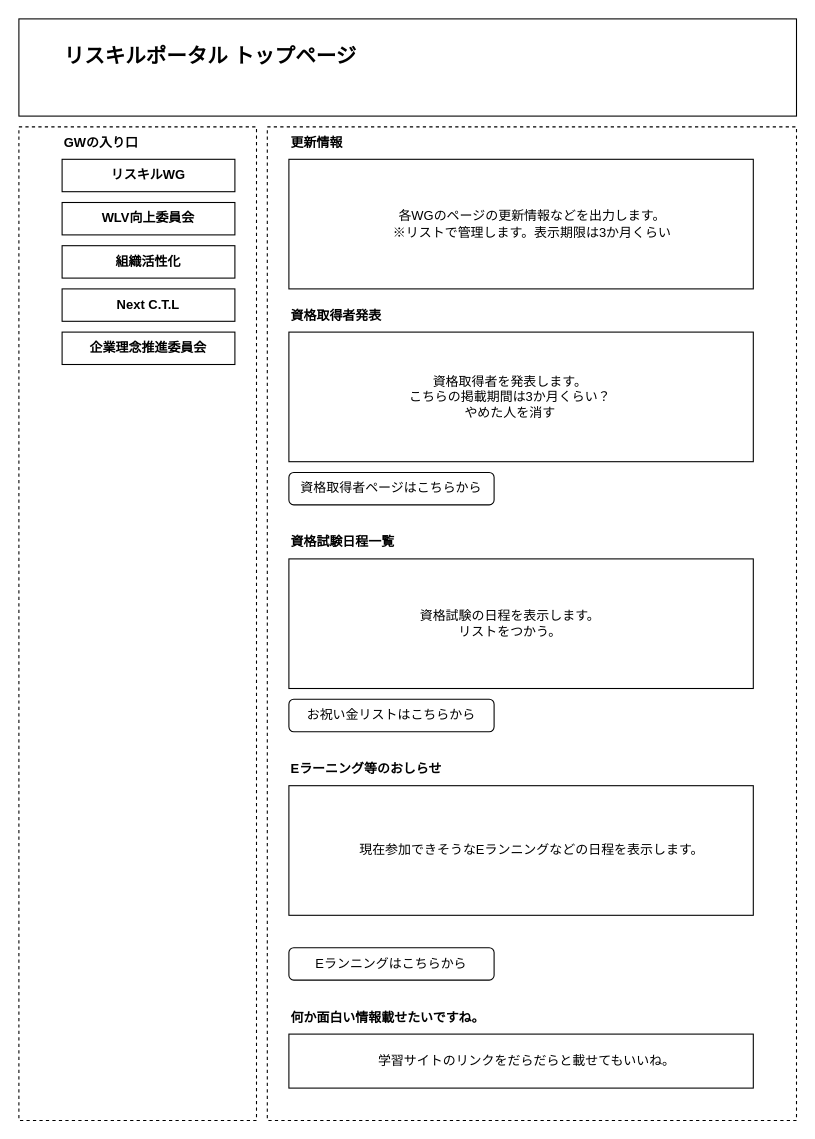
reizo0901/drawio keeps this draw.io diagram as page "メインページ" (1 of 7) of 20250702_リスキルサイト案.drawio. Above is the earlier version. Source tidied: cells renumbered, new cells numbered last; positions are measured from the earlier drawing's top-left corner, leaving out a move shared by most shapes. Both pictures are drawn from the tidied source at 108%, with x=0, y=0 at pixel (18, 18).
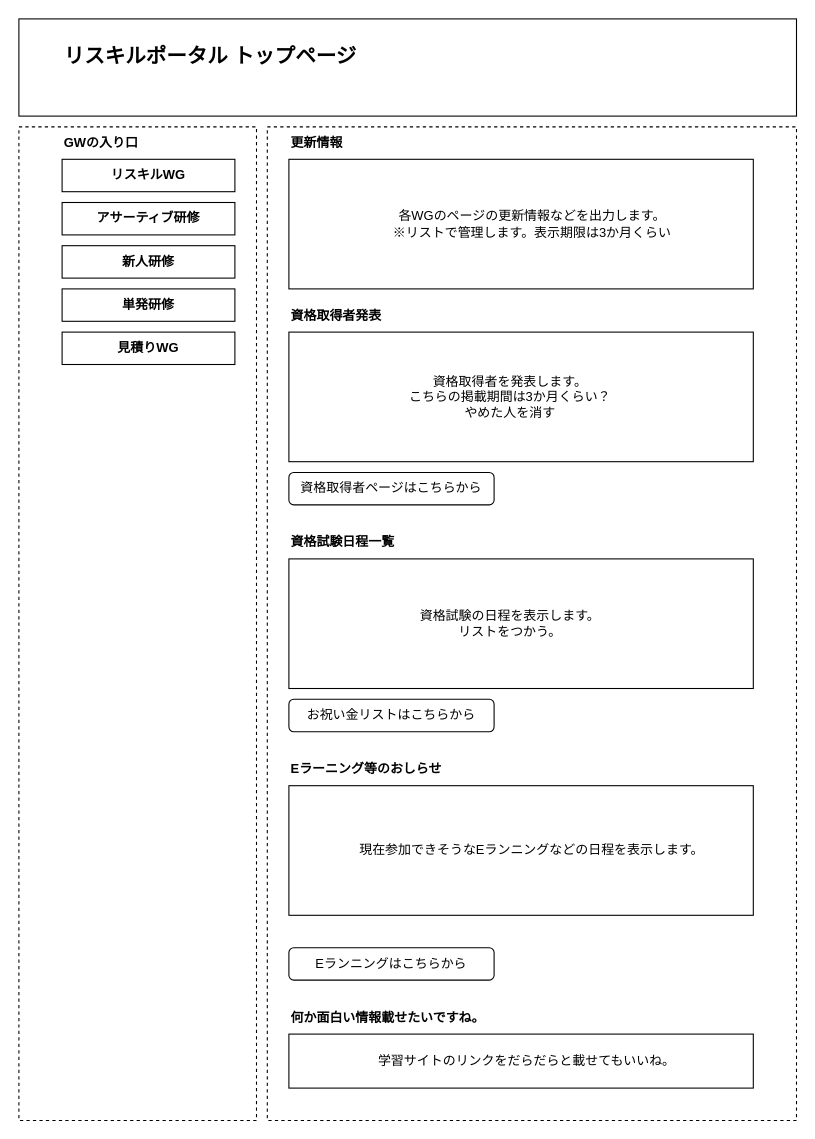
After the change.

Unchanged cells that the change refers to:
```xml
<mxCell id="23" style="group;" parent="1" vertex="1">
  <mxGeometry x="40" y="100" width="180" height="920" as="geometry" />
</mxCell>
```

What changed in the source:
```diff
@@
-    <mxCell id="32" value="WLV向上委員会" style="text;html=1;align=center;verticalAlign=middle;whiteSpace=wrap;rounded=0;fontSize=12;fontStyle=1;" parent="23" vertex="1">
+    <mxCell id="32" value="アサーティブ研修" style="text;html=1;align=center;verticalAlign=middle;whiteSpace=wrap;rounded=0;fontSize=12;fontStyle=1;" parent="23" vertex="1">
       <mxGeometry y="70" width="160" height="30" as="geometry" />
     </mxCell>
-    <mxCell id="33" value="組織活性化" style="text;html=1;align=center;verticalAlign=middle;whiteSpace=wrap;rounded=0;fontSize=12;fontStyle=1;" parent="23" vertex="1">
+    <mxCell id="33" value="新人研修" style="text;html=1;align=center;verticalAlign=middle;whiteSpace=wrap;rounded=0;fontSize=12;fontStyle=1;" parent="23" vertex="1">
       <mxGeometry y="110" width="160" height="30" as="geometry" />
     </mxCell>
-    <mxCell id="34" value="Next C.T.L" style="text;html=1;align=center;verticalAlign=middle;whiteSpace=wrap;rounded=0;fontSize=12;fontStyle=1;" parent="23" vertex="1">
+    <mxCell id="34" value="単発研修" style="text;html=1;align=center;verticalAlign=middle;whiteSpace=wrap;rounded=0;fontSize=12;fontStyle=1;" parent="23" vertex="1">
       <mxGeometry y="150" width="160" height="30" as="geometry" />
     </mxCell>
-    <mxCell id="35" value="企業理念推進委員会" style="text;html=1;align=center;verticalAlign=middle;whiteSpace=wrap;rounded=0;fontSize=12;fontStyle=1;" parent="23" vertex="1">
+    <mxCell id="35" value="見積りWG" style="text;html=1;align=center;verticalAlign=middle;whiteSpace=wrap;rounded=0;fontSize=12;fontStyle=1;" parent="23" vertex="1">
       <mxGeometry y="190" width="160" height="30" as="geometry" />
     </mxCell>
```
